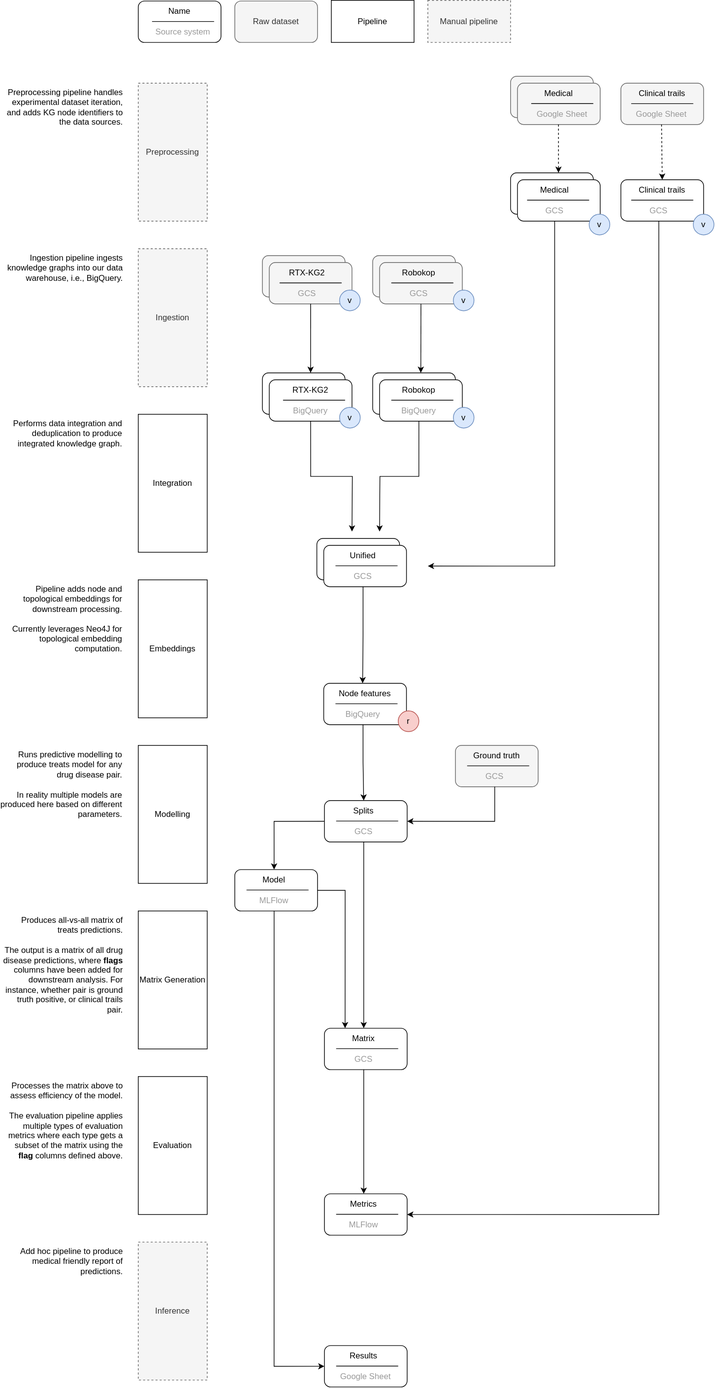
everycure-org/matrix keeps this draw.io diagram as docs/src/assets/img/pipeline.svg. Above is the earlier version. Source tidied: cells renumbered, new cells last; positions are measured from the earlier drawing's top-left corner, leaving out a move shared by most shapes.
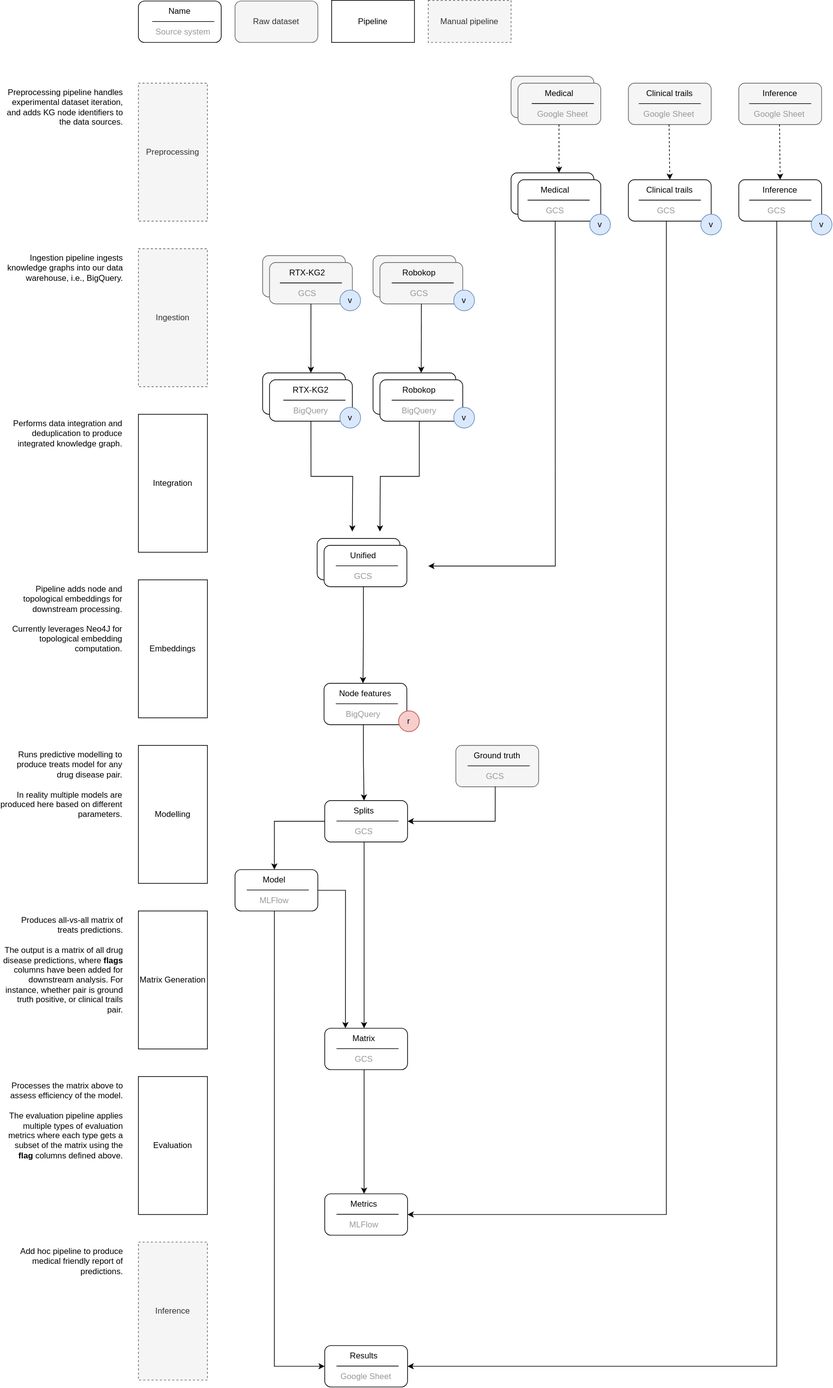
After the change.

Change to the diagram source:
```diff
@@ -9,7 +9,7 @@
       <mxGeometry x="741" y="110" width="120" height="60" as="geometry" />
     </mxCell>
     <mxCell id="4" style="rounded=1;whiteSpace=wrap;html=1;fillColor=#f5f5f5;fontColor=#333333;strokeColor=#666666;" parent="1" vertex="1">
-      <mxGeometry x="901" y="120" width="120" height="60" as="geometry" />
+      <mxGeometry x="911" y="120" width="120" height="60" as="geometry" />
     </mxCell>
     <mxCell id="5" style="rounded=1;whiteSpace=wrap;html=1;fillColor=#f5f5f5;fontColor=#333333;strokeColor=#666666;" parent="1" vertex="1">
       <mxGeometry x="751" y="120" width="120" height="60" as="geometry" />
@@ -81,7 +81,7 @@
       <mxGeometry x="751" y="260" width="120" height="60" as="geometry" />
     </mxCell>
     <mxCell id="28" style="rounded=1;whiteSpace=wrap;html=1;" parent="1" vertex="1">
-      <mxGeometry x="901" y="260" width="120" height="60" as="geometry" />
+      <mxGeometry x="911" y="260" width="120" height="60" as="geometry" />
     </mxCell>
     <mxCell id="29" style="endArrow=classic;html=1;rounded=0;entryX=0.583;entryY=0;entryDx=0;entryDy=0;entryPerimeter=0;exitX=0.439;exitY=1;exitDx=0;exitDy=0;dashed=1;exitPerimeter=0;" parent="1" edge="1" source="49">
       <mxGeometry relative="1" as="geometry">
@@ -95,7 +95,7 @@
       <mxGeometry x="855" y="310" width="30" height="30" as="geometry" />
     </mxCell>
     <mxCell id="32" value="v" style="ellipse;whiteSpace=wrap;html=1;fillColor=#dae8fc;strokeColor=#6c8ebf;" parent="1" vertex="1">
-      <mxGeometry x="1006" y="310" width="30" height="30" as="geometry" />
+      <mxGeometry x="1016" y="310" width="30" height="30" as="geometry" />
     </mxCell>
     <mxCell id="33" style="endArrow=none;html=1;rounded=0;" parent="1" edge="1">
       <mxGeometry relative="1" as="geometry">
@@ -189,30 +189,30 @@
     </mxCell>
     <mxCell id="54" style="endArrow=none;html=1;rounded=0;" parent="1" edge="1">
       <mxGeometry relative="1" as="geometry">
-        <mxPoint x="916" y="149.8" as="sourcePoint" />
-        <mxPoint x="1006" y="149.8" as="targetPoint" />
+        <mxPoint x="926" y="149.8" as="sourcePoint" />
+        <mxPoint x="1016" y="149.8" as="targetPoint" />
       </mxGeometry>
     </mxCell>
     <mxCell id="55" value="Clinical trails" style="text;html=1;align=center;verticalAlign=middle;whiteSpace=wrap;rounded=0;" parent="1" vertex="1">
-      <mxGeometry x="911" y="120" width="100" height="30" as="geometry" />
+      <mxGeometry x="921" y="120" width="100" height="30" as="geometry" />
     </mxCell>
     <mxCell id="56" style="endArrow=none;html=1;rounded=0;" parent="1" edge="1">
       <mxGeometry relative="1" as="geometry">
-        <mxPoint x="916" y="289.7" as="sourcePoint" />
-        <mxPoint x="1006" y="289.7" as="targetPoint" />
+        <mxPoint x="926" y="289.7" as="sourcePoint" />
+        <mxPoint x="1016" y="289.7" as="targetPoint" />
       </mxGeometry>
     </mxCell>
     <mxCell id="57" style="edgeStyle=orthogonalEdgeStyle;rounded=0;jettySize=auto;html=1;exitX=0.5;exitY=1;exitDx=0;exitDy=0;entryX=1;entryY=0.5;entryDx=0;entryDy=0;" parent="1" edge="1" source="58" target="89">
       <mxGeometry relative="1" as="geometry" />
     </mxCell>
     <mxCell id="58" value="GCS" style="text;html=1;align=center;verticalAlign=middle;whiteSpace=wrap;rounded=0;fontColor=#999999;" parent="1" vertex="1">
-      <mxGeometry x="926" y="290" width="60" height="30" as="geometry" />
+      <mxGeometry x="936" y="290" width="60" height="30" as="geometry" />
     </mxCell>
     <mxCell id="59" value="Google Sheet" style="text;html=1;align=center;verticalAlign=middle;whiteSpace=wrap;rounded=0;fontColor=#999999;" parent="1" vertex="1">
-      <mxGeometry x="915" y="150" width="90" height="30" as="geometry" />
+      <mxGeometry x="925" y="150" width="90" height="30" as="geometry" />
     </mxCell>
     <mxCell id="60" value="Clinical trails" style="text;html=1;align=center;verticalAlign=middle;whiteSpace=wrap;rounded=0;" parent="1" vertex="1">
-      <mxGeometry x="911" y="260" width="100" height="30" as="geometry" />
+      <mxGeometry x="921" y="260" width="100" height="30" as="geometry" />
     </mxCell>
     <mxCell id="61" value="Nodes" style="rounded=1;whiteSpace=wrap;html=1;" parent="1" vertex="1">
       <mxGeometry x="460.1" y="780" width="120" height="60" as="geometry" />
@@ -436,5 +436,44 @@
     <mxCell id="125" value="Add hoc pipeline to produce medical friendly report of predictions." style="text;html=1;align=right;verticalAlign=top;whiteSpace=wrap;rounded=0;" parent="1" vertex="1">
       <mxGeometry x="1" y="1800" width="180" height="160" as="geometry" />
     </mxCell>
+    <mxCell id="126" style="rounded=1;whiteSpace=wrap;html=1;fillColor=#f5f5f5;fontColor=#333333;strokeColor=#666666;" parent="1" vertex="1">
+      <mxGeometry x="1071" y="120" width="120" height="60" as="geometry" />
+    </mxCell>
+    <mxCell id="127" style="rounded=1;whiteSpace=wrap;html=1;" parent="1" vertex="1">
+      <mxGeometry x="1071" y="260" width="120" height="60" as="geometry" />
+    </mxCell>
+    <mxCell id="128" style="endArrow=classic;html=1;rounded=0;entryX=0.5;entryY=0;entryDx=0;entryDy=0;exitX=0.5;exitY=1;exitDx=0;exitDy=0;dashed=1;" parent="1" edge="1" source="135" target="127">
+      <mxGeometry relative="1" as="geometry" />
+    </mxCell>
+    <mxCell id="129" value="v" style="ellipse;whiteSpace=wrap;html=1;fillColor=#dae8fc;strokeColor=#6c8ebf;" parent="1" vertex="1">
+      <mxGeometry x="1176" y="310" width="30" height="30" as="geometry" />
+    </mxCell>
+    <mxCell id="130" style="endArrow=none;html=1;rounded=0;" parent="1" edge="1">
+      <mxGeometry relative="1" as="geometry">
+        <mxPoint x="1086" y="149.8" as="sourcePoint" />
+        <mxPoint x="1176" y="149.8" as="targetPoint" />
+      </mxGeometry>
+    </mxCell>
+    <mxCell id="131" value="Inference" style="text;html=1;align=center;verticalAlign=middle;whiteSpace=wrap;rounded=0;" parent="1" vertex="1">
+      <mxGeometry x="1081" y="120" width="100" height="30" as="geometry" />
+    </mxCell>
+    <mxCell id="132" style="endArrow=none;html=1;rounded=0;" parent="1" edge="1">
+      <mxGeometry relative="1" as="geometry">
+        <mxPoint x="1086" y="289.7" as="sourcePoint" />
+        <mxPoint x="1176" y="289.7" as="targetPoint" />
+      </mxGeometry>
+    </mxCell>
+    <mxCell id="133" style="edgeStyle=orthogonalEdgeStyle;rounded=0;jettySize=auto;html=1;exitX=0.5;exitY=1;exitDx=0;exitDy=0;entryX=1;entryY=0.5;entryDx=0;entryDy=0;" parent="1" edge="1" source="134" target="95">
+      <mxGeometry relative="1" as="geometry" />
+    </mxCell>
+    <mxCell id="134" value="GCS" style="text;html=1;align=center;verticalAlign=middle;whiteSpace=wrap;rounded=0;fontColor=#999999;" parent="1" vertex="1">
+      <mxGeometry x="1096" y="290" width="60" height="30" as="geometry" />
+    </mxCell>
+    <mxCell id="135" value="Google Sheet" style="text;html=1;align=center;verticalAlign=middle;whiteSpace=wrap;rounded=0;fontColor=#999999;" parent="1" vertex="1">
+      <mxGeometry x="1085" y="150" width="90" height="30" as="geometry" />
+    </mxCell>
+    <mxCell id="136" value="Inference" style="text;html=1;align=center;verticalAlign=middle;whiteSpace=wrap;rounded=0;" parent="1" vertex="1">
+      <mxGeometry x="1081" y="260" width="100" height="30" as="geometry" />
+    </mxCell>
   </root>
 </mxGraphModel>
```
